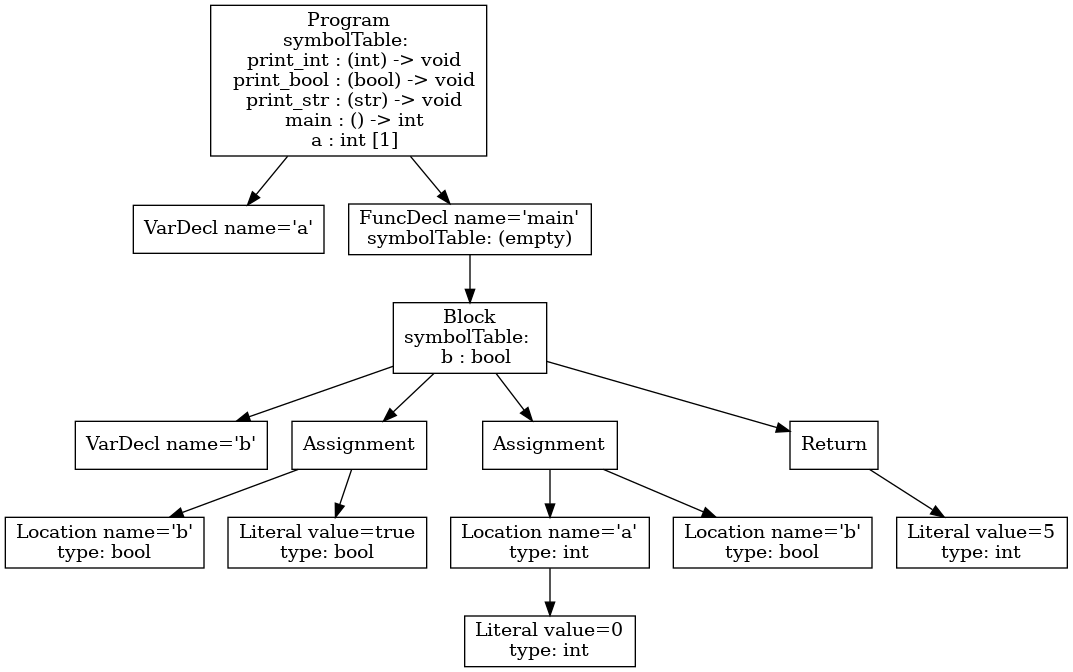
Above: p3-analysis/ast.png in tran3jm/f22_compilers (Graphviz), before the change. Its source is kept beside it as p3-analysis/ast.dot.
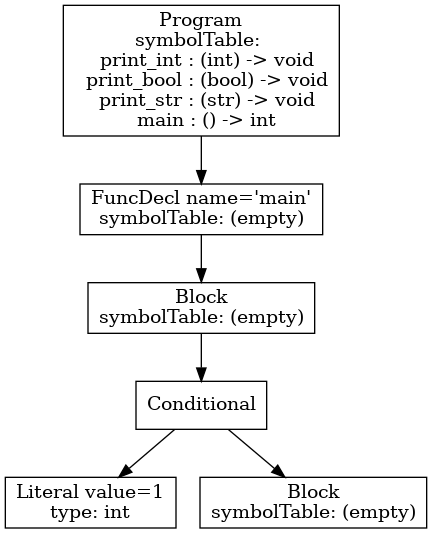
After the change.

What changed in the source:
```diff
@@ -1,29 +1,13 @@
 digraph AST {
-1 [shape=box, label="VarDecl name='a'"];
-4 [shape=box, label="VarDecl name='b'"];
-6 [shape=box, label="Location name='b'\ntype: bool"];
-7 [shape=box, label="Literal value=true\ntype: bool"];
-5 [shape=box, label="Assignment"];
-5 -> 6;
-5 -> 7;
-10 [shape=box, label="Literal value=0\ntype: int"];
-9 [shape=box, label="Location name='a'\ntype: int"];
-9 -> 10;
-11 [shape=box, label="Location name='b'\ntype: bool"];
-8 [shape=box, label="Assignment"];
-8 -> 9;
-8 -> 11;
-13 [shape=box, label="Literal value=5\ntype: int"];
-12 [shape=box, label="Return"];
-12 -> 13;
-3 [shape=box, label="Block\nsymbolTable: \n  b : bool"];
+4 [shape=box, label="Literal value=1\ntype: int"];
+5 [shape=box, label="Block\nsymbolTable: (empty)"];
+3 [shape=box, label="Conditional"];
 3 -> 4;
 3 -> 5;
-3 -> 8;
-3 -> 12;
-2 [shape=box, label="FuncDecl name='main'\nsymbolTable: (empty)"];
+2 [shape=box, label="Block\nsymbolTable: (empty)"];
 2 -> 3;
-0 [shape=box, label="Program\nsymbolTable: \n  print_int : (int) -> void\n  print_bool : (bool) -> void\n  print_str : (str) -> void\n  main : () -> int\n  a : int [1]"];
+1 [shape=box, label="FuncDecl name='main'\nsymbolTable: (empty)"];
+1 -> 2;
+0 [shape=box, label="Program\nsymbolTable: \n  print_int : (int) -> void\n  print_bool : (bool) -> void\n  print_str : (str) -> void\n  main : () -> int"];
 0 -> 1;
-0 -> 2;
 }
```
